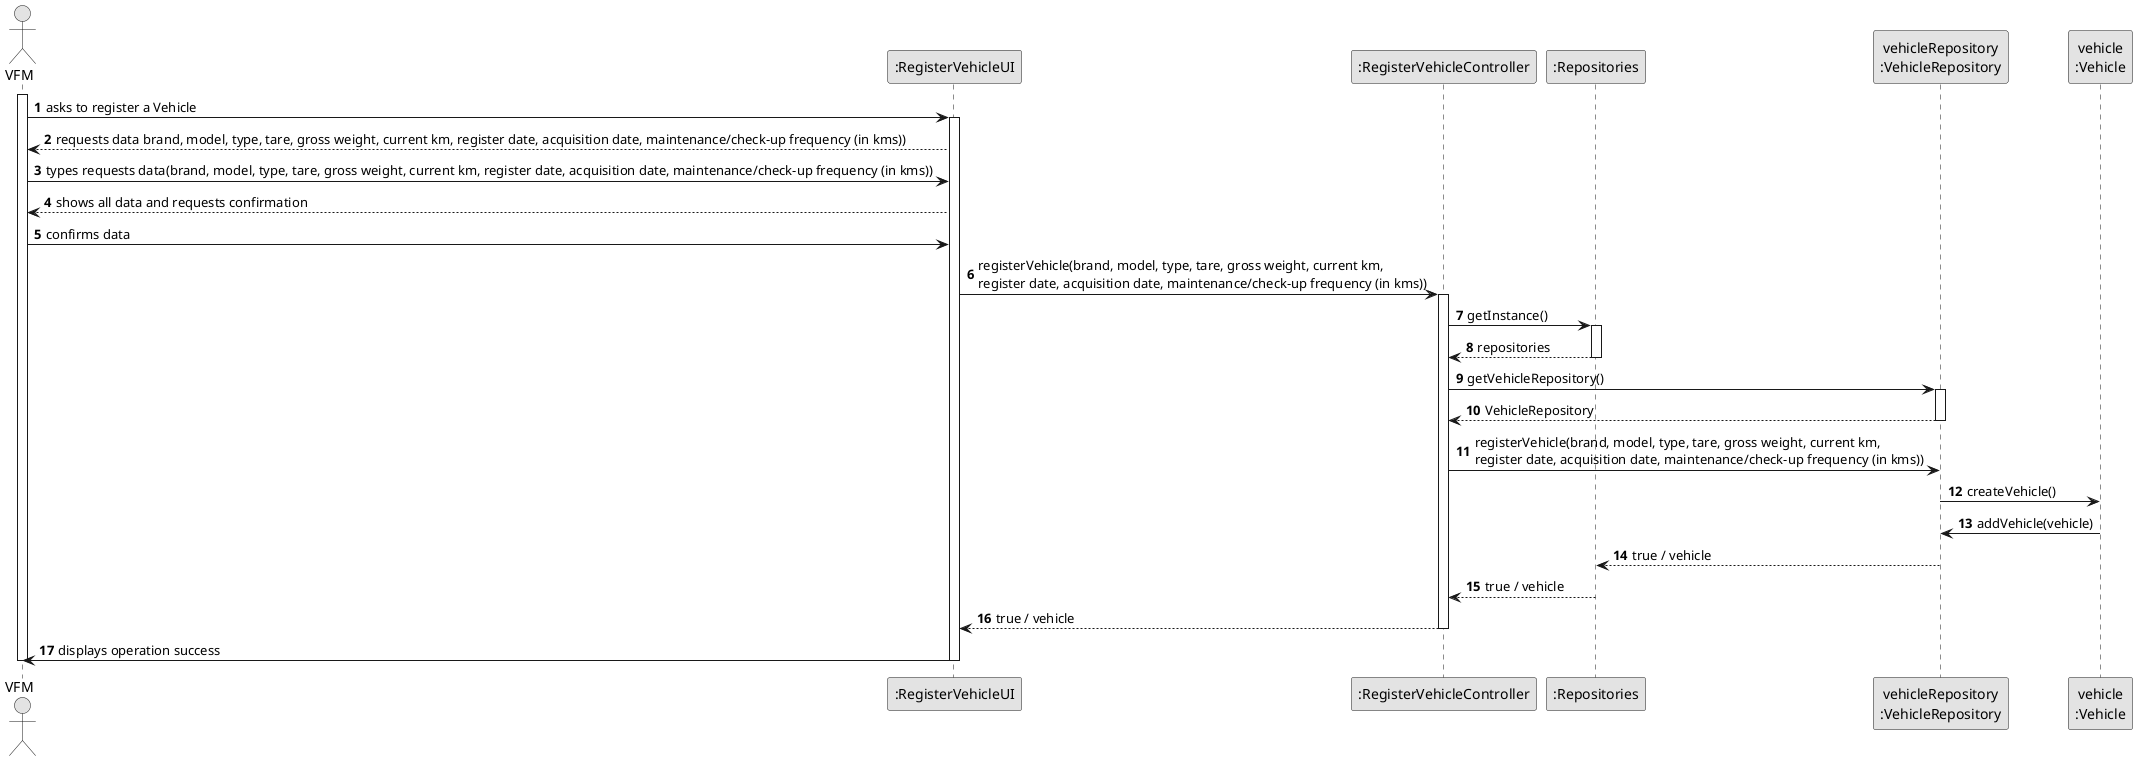
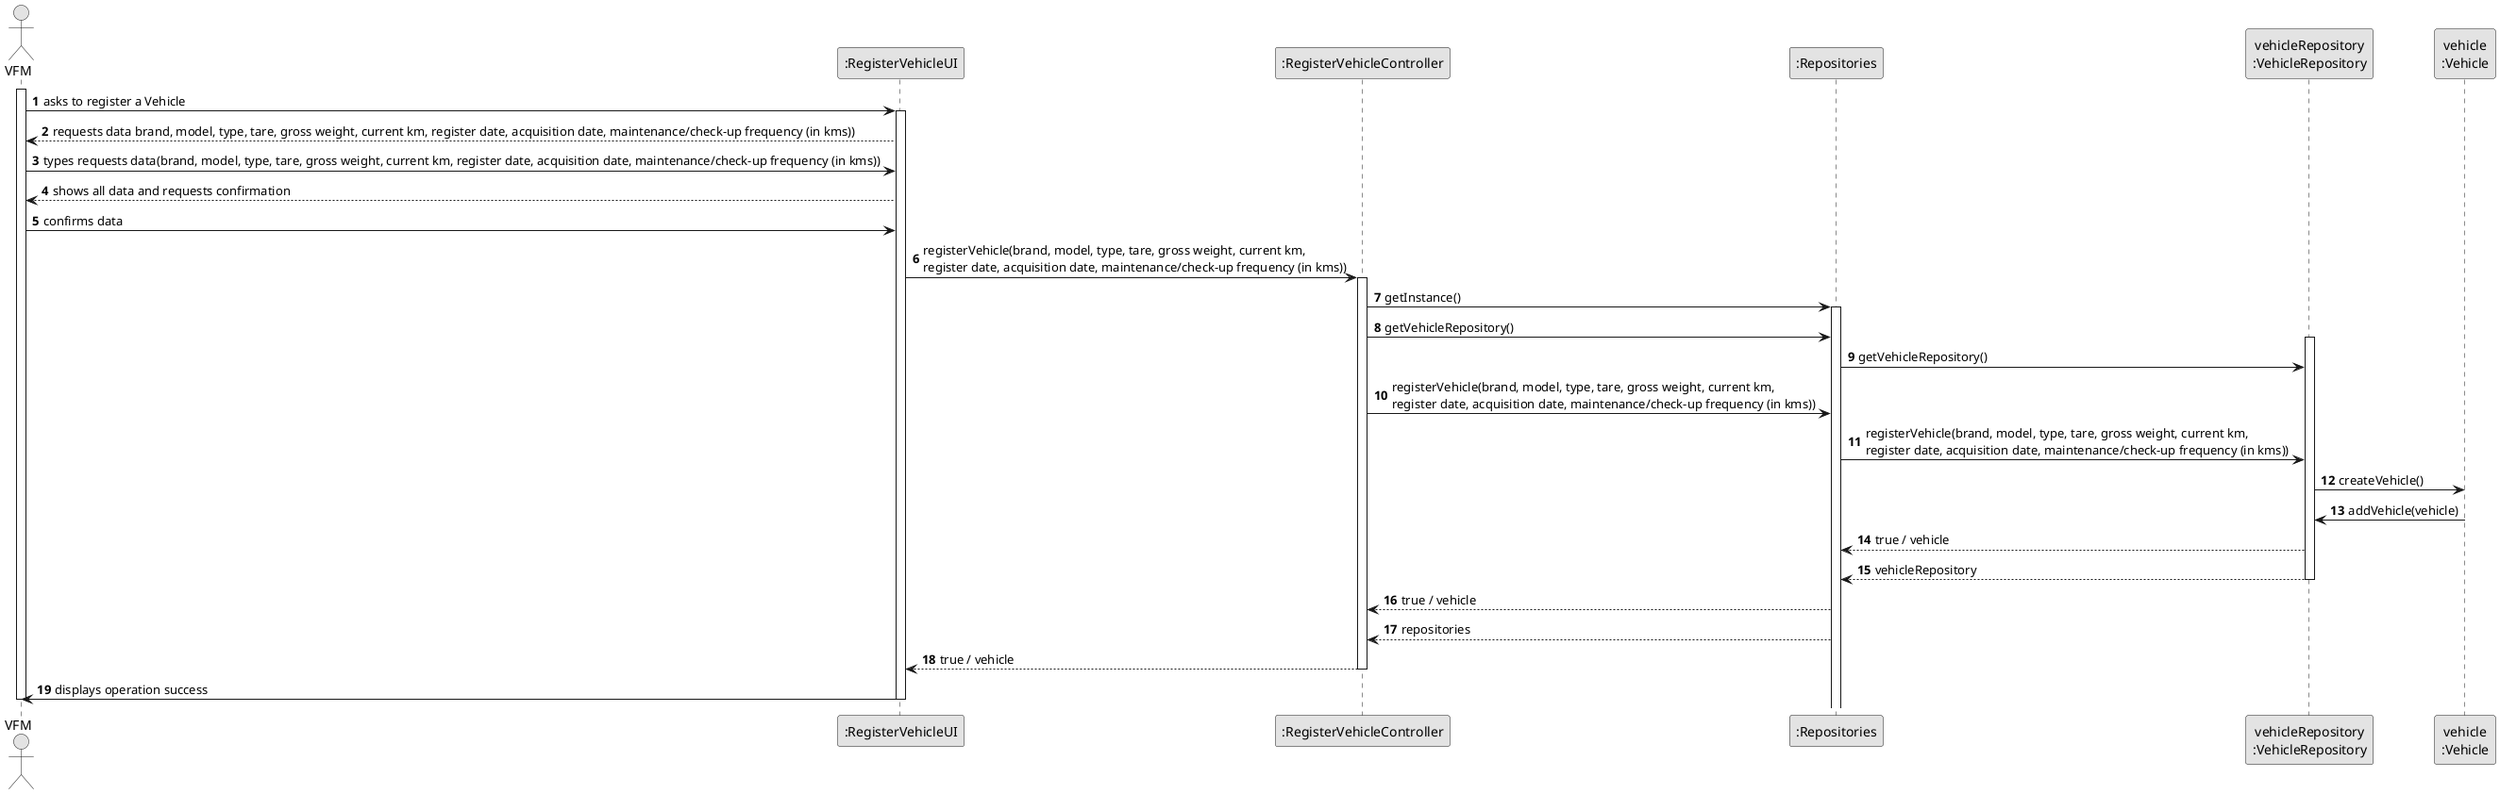
@startuml
skinparam monochrome true
skinparam packageStyle rectangle
skinparam shadowing false

autonumber

'hide footbox
actor "VFM" as VFM
participant ":RegisterVehicleUI" as UI
participant ":RegisterVehicleController" as CTRL
participant ":Repositories" as Repositories
participant "vehicleRepository\n:VehicleRepository" as VehicleRepository
participant "vehicle\n:Vehicle" as Vehicle

activate VFM

        VFM -> UI : asks to register a Vehicle
        activate UI

    UI --> VFM : requests data brand, model, type, tare, gross weight, current km, register date, acquisition date, maintenance/check-up frequency (in kms))

    VFM -> UI : types requests data(brand, model, type, tare, gross weight, current km, register date, acquisition date, maintenance/check-up frequency (in kms))

    UI --> VFM : shows all data and requests confirmation

    VFM -> UI : confirms data

        UI -> CTRL : registerVehicle(brand, model, type, tare, gross weight, current km, \nregister date, acquisition date, maintenance/check-up frequency (in kms))
        activate CTRL


                            CTRL -> Repositories : getInstance()
                            activate Repositories

-                                 Repositories --> CTRL: repositories
-                             deactivate Repositories

-                             CTRL -> VehicleRepository : getVehicleRepository()
+                             CTRL -> Repositories : getVehicleRepository()
                            activate VehicleRepository

-                             VehicleRepository --> CTRL: VehicleRepository
+                             Repositories -> VehicleRepository : getVehicleRepository()
+ 
+ 
+ 
+                             CTRL -> Repositories: registerVehicle(brand, model, type, tare, gross weight, current km, \nregister date, acquisition date, maintenance/check-up frequency (in kms))
+ 
+                             Repositories -> VehicleRepository : registerVehicle(brand, model, type, tare, gross weight, current km, \nregister date, acquisition date, maintenance/check-up frequency (in kms))
+                             VehicleRepository -> Vehicle: createVehicle()
+                             Vehicle -> VehicleRepository: addVehicle(vehicle)
+                             VehicleRepository --> Repositories : true / vehicle
+ 
+                             VehicleRepository --> Repositories: vehicleRepository
                            deactivate VehicleRepository

-         CTRL -> VehicleRepository: registerVehicle(brand, model, type, tare, gross weight, current km, \nregister date, acquisition date, maintenance/check-up frequency (in kms))
+                             Repositories --> CTRL : true / vehicle

-                         VehicleRepository -> Vehicle: createVehicle()
-                         Vehicle -> VehicleRepository: addVehicle(vehicle)
-                         VehicleRepository --> Repositories : true / vehicle
-                         Repositories --> CTRL : true / vehicle
+                             Repositories --> CTRL: repositories
+ 

                    deactivate VehicleRepository

                    CTRL --> UI: true / vehicle
                    deactivate CTRL
    UI -> VFM : displays operation success
    deactivate UI

deactivate VFM

@enduml